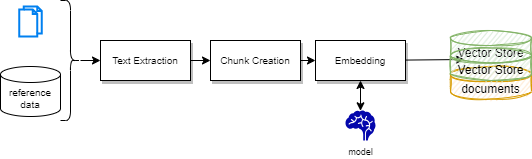
The draw.io diagram docs/genAI/diagrams/rag_preparation.drawio.png in jbcodeforce/ML-studies, before a commit. Source tidied: cells renumbered, new cells last; positions are measured from the earlier drawing's top-left corner, leaving out a move shared by most shapes.
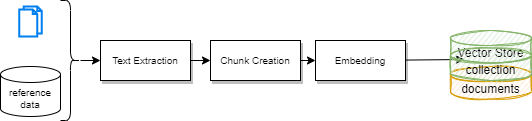
After the commit.

Diff of the diagram source:
```diff
@@ -20,18 +20,12 @@
     <mxCell id="7" value="Chunk Creation" style="rounded=0;whiteSpace=wrap;html=1;fontSize=10;shadow=1;" parent="1" vertex="1">
       <mxGeometry x="210" y="40" width="90" height="40" as="geometry" />
     </mxCell>
-    <mxCell id="8" style="edgeStyle=none;html=1;entryX=0.5;entryY=0.01;entryDx=0;entryDy=0;entryPerimeter=0;fontSize=9;startArrow=classic;startFill=1;" parent="1" edge="1" source="10" target="11">
-      <mxGeometry relative="1" as="geometry" />
-    </mxCell>
     <mxCell id="9" style="edgeStyle=none;html=1;entryX=0.173;entryY=0.354;entryDx=0;entryDy=0;entryPerimeter=0;fontSize=9;startArrow=none;startFill=0;" parent="1" edge="1" source="10" target="16">
       <mxGeometry relative="1" as="geometry" />
     </mxCell>
     <mxCell id="10" value="Embedding" style="rounded=0;whiteSpace=wrap;html=1;fontSize=10;shadow=1;" parent="1" vertex="1">
       <mxGeometry x="315" y="40" width="90" height="40" as="geometry" />
     </mxCell>
-    <mxCell id="11" value="model" style="shape=mxgraph.signs.healthcare.brain;html=1;fillColor=#0407AC;strokeColor=none;verticalLabelPosition=bottom;verticalAlign=top;align=center;fontSize=9;" parent="1" vertex="1">
-      <mxGeometry x="345" y="110" width="30" height="30" as="geometry" />
-    </mxCell>
     <mxCell id="12" value="Vector Store" style="shape=cylinder3;whiteSpace=wrap;html=1;boundedLbl=1;backgroundOutline=1;size=7.5;sketch=1;fillColor=#d5e8d4;strokeColor=#82b366;" parent="1" vertex="1">
       <mxGeometry x="450" y="30" width="81" height="32.5" as="geometry" />
     </mxCell>
@@ -44,7 +38,7 @@
     <mxCell id="15" value="documents" style="shape=cylinder3;whiteSpace=wrap;html=1;boundedLbl=1;backgroundOutline=1;size=7.5;sketch=1;fillColor=#ffe6cc;strokeColor=#d79b00;" parent="1" vertex="1">
       <mxGeometry x="450" y="66" width="81" height="32.5" as="geometry" />
     </mxCell>
-    <mxCell id="16" value="Vector Store" style="shape=cylinder3;whiteSpace=wrap;html=1;boundedLbl=1;backgroundOutline=1;size=7.5;sketch=1;fillColor=#d5e8d4;strokeColor=#82b366;" parent="1" vertex="1">
+    <mxCell id="16" value="collection" style="shape=cylinder3;whiteSpace=wrap;html=1;boundedLbl=1;backgroundOutline=1;size=7.5;sketch=1;fillColor=#d5e8d4;strokeColor=#82b366;" parent="1" vertex="1">
       <mxGeometry x="450" y="47.5" width="81" height="32.5" as="geometry" />
     </mxCell>
   </root>
```
